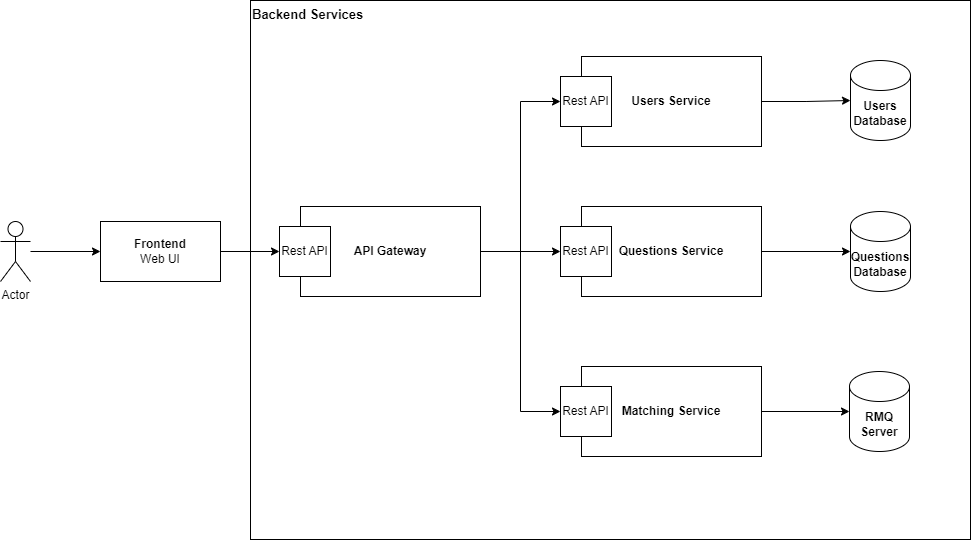
CS3219-AY2324S1/ay2324s1-course-assessment-g23 keeps this draw.io diagram as docs/diagrams/architecture.drawio.png. Above is the earlier version. Source tidied: cells renumbered, new cells last; positions are measured from the earlier drawing's top-left corner, leaving out a move shared by most shapes.
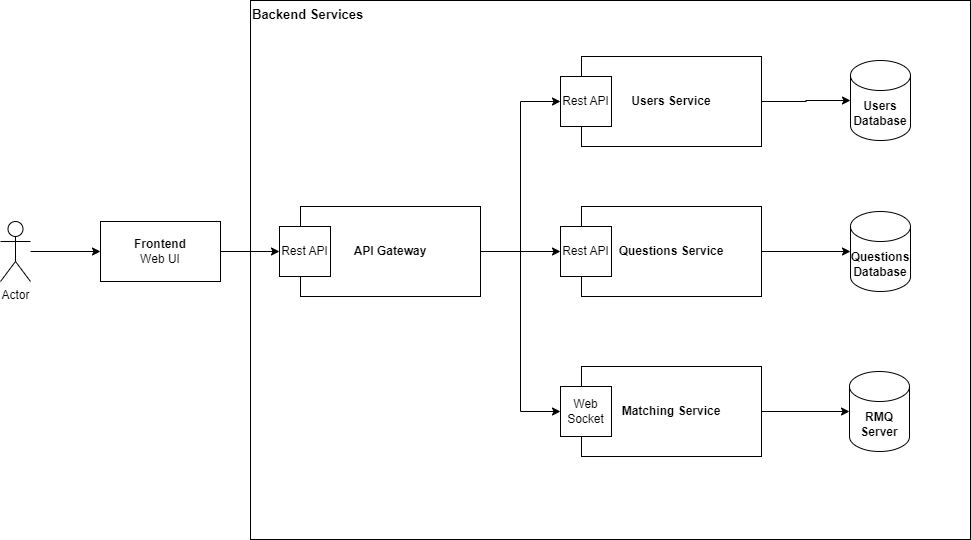
After the change.

Commit message:
add getting started for assignments

Diff of the diagram source:
```diff
@@ -56,7 +56,7 @@
     <mxCell id="19" value="&lt;b&gt;Matching Service&lt;/b&gt;" style="whiteSpace=wrap;html=1;rounded=0;" parent="1" vertex="1">
       <mxGeometry x="581" y="366" width="180" height="90" as="geometry" />
     </mxCell>
-    <mxCell id="20" value="Rest API" style="rounded=0;whiteSpace=wrap;html=1;" parent="1" vertex="1">
+    <mxCell id="20" value="Web Socket" style="rounded=0;whiteSpace=wrap;html=1;" parent="1" vertex="1">
       <mxGeometry x="560" y="386" width="51" height="50" as="geometry" />
     </mxCell>
     <mxCell id="21" value="Users Database" style="shape=cylinder3;whiteSpace=wrap;html=1;boundedLbl=1;backgroundOutline=1;size=15;fontStyle=1;" parent="1" vertex="1">
```
